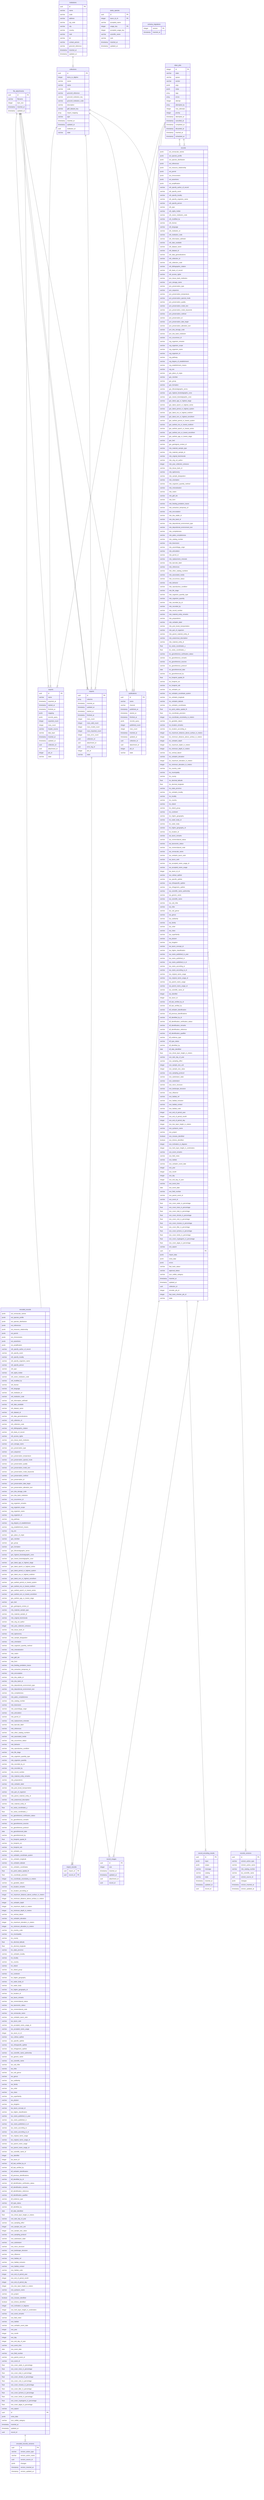
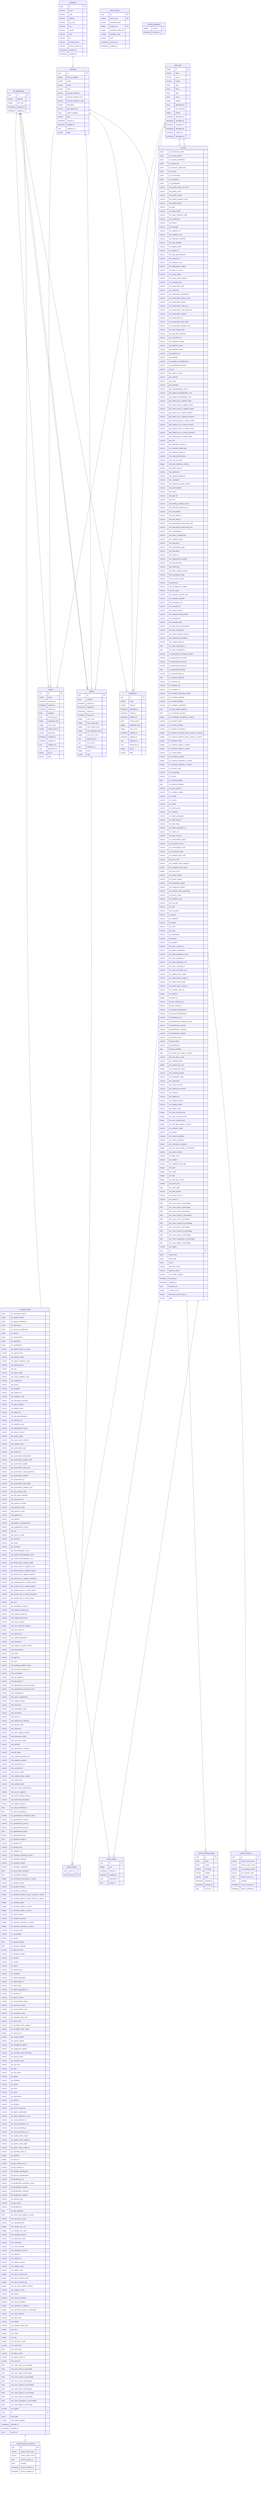
erDiagram
  file_attachments {
    uuid id PK
    varchar filename
    integer byte_size
    timestamp inserted_at
    timestamp updated_at
  }
  institutions {
    uuid id PK
    varchar name
    varchar code
    varchar address
    varchar zip_code
    varchar city
    varchar country
    varchar mail
    varchar tel
    varchar contact_person
    varchar grscicoll_reference
    timestamp inserted_at
    timestamp updated_at
  }
  collections {
    uuid id PK
    integer items_to_digitize
    varchar owner
    varchar name
    varchar code
    varchar grscicoll_reference
    varchar grscicoll_institution_key
    varchar grscicoll_institution_code
    varchar description
    varchar gbif_dataset_key
    array import_mapping
    varchar type
    timestamp inserted_at
    timestamp updated_at
    uuid institution_id
    varchar state
  }
  encoded_records {
    jsonb ext_vernacular_names
    jsonb ext_species_profile
    jsonb ext_species_distribution
    jsonb ext_references
    jsonb ext_resource_relationship
    jsonb ext_permit
    jsonb ext_chronometric
    jsonb ext_assertions
    jsonb ext_amplification
    varchar oth_specify_author_of_record
    varchar oth_specify_event
    varchar oth_specify_locality
    varchar oth_specify_organism_name
    varchar oth_specify_person
    varchar oth_type
    varchar oth_rights_holder
    varchar oth_owner_institution_code
    varchar oth_modified_by
    varchar oth_license
    varchar oth_language
    varchar oth_institution_id
    varchar oth_institution_code
    varchar oth_information_withheld
    varchar oth_date_available
    varchar oth_dataset_name
    varchar oth_dataset_id
    varchar oth_data_generalizations
    varchar oth_collection_id
    varchar oth_collection_code
    varchar oth_bibliographic_citation
    varchar oth_basis_of_record
    varchar oth_access_rights
    varchar pvn_tissue_bank_institution
    varchar pvn_storage_name
    varchar pvn_preservation_type
    varchar pvn_sequence
    varchar pvn_preservation_temperature
    varchar pvn_preservation_special_mode
    varchar pvn_preservation_quality
    varchar pvn_preservation_mode_text
    varchar pvn_preservation_mode_keywords
    varchar pvn_preservation_method
    varchar pvn_preservation_id
    varchar pvn_preservation_date_begin
    varchar pvn_preservation_alteration_text
    varchar pvn_dna_storage_code
    varchar pvn_dna_bank_institution
    varchar occ_occurrence_id
    varchar org_organism_remarks
    varchar org_organism_scope
    varchar org_organism_name
    varchar org_organism_id
    varchar org_pathway
    varchar org_degree_of_establishment
    varchar org_establishment_means
    varchar org_sex
    varchar gec_place_of_origin
    varchar gec_member
    varchar gec_group
    varchar gec_formation
    varchar gec_lithostratigraphic_terms
    varchar gec_highest_biostratigraphic_zone
    varchar gec_lowest_biostratigraphic_zone
    varchar gec_latest_age_or_highest_stage
    varchar gec_latest_epoch_or_highest_series
    varchar gec_latest_period_or_highest_system
    varchar gec_latest_era_or_highest_erathem
    varchar gec_latest_eon_or_highest_eonothem
    varchar gec_earliest_period_or_lowest_system
    varchar gec_earliest_era_or_lowest_erathem
    varchar gec_earliest_epoch_or_lowest_series
    varchar gec_earliest_eon_or_lowest_eonothem
    varchar gec_earliest_age_or_lowest_stage
    varchar gec_bed
    varchar gec_geological_context_id
    varchar mts_material_sample_type
    varchar mts_material_sample_id
    varchar mte_original_biominerals
    varchar mte_orig_col_author
    integer mte_year_collection_entrance
    varchar mte_tissue_bank_id
    varchar mte_taphonomy
    varchar mte_sample_designation
    varchar mte_orientation
    varchar mte_organism_quantity_method
    varchar mte_mineralization
    varchar mte_matrix
    varchar mte_gbif_doi
    varchar mte_form
    varchar mte_feeding_predation_traces
    varchar mte_extraction_temporary_id
    varchar mte_encrustation
    varchar mte_dna_stable_id
    varchar mte_dna_bank_id
    varchar mte_depositional_environment_type
    varchar mte_depositional_environment_text
    varchar mte_completeness
    varchar mte_paleo_completeness
    varchar mte_catalog_number
    varchar mte_bioerosion
    varchar mte_assemblage_origin
    varchar mte_articulation
    varchar mte_permit_id
    varchar mte_replacement_minerals
    varchar mte_barcode_label
    varchar mte_references
    varchar mte_other_catalog_numbers
    varchar mte_associated_media
    varchar mte_occurrence_status
    varchar mte_behavior
    varchar mte_reproductive_condition
    varchar mte_life_stage
    varchar mte_organism_quantity_type
    varchar mte_organism_quantity
    varchar mte_recorded_by_id
    varchar mte_recorded_by
    varchar mte_record_number
    varchar mte_material_entity_remarks
    varchar mte_preparations
    varchar mte_verbatim_label
    varchar mte_post_burial_transportation
    varchar mte_part_of_organism
    varchar mte_parent_material_entity_id
    varchar mte_anatomical_description
    varchar mte_material_entity_id
    float loc_swiss_coordinates_y
    float loc_swiss_coordinates_x
    varchar loc_georeference_verification_status
    varchar loc_georeference_remarks
    varchar loc_georeference_sources
    varchar loc_georeference_protocol
    date loc_georeferenced_date
    varchar loc_georeferenced_by
    float loc_footprint_spatial_fit
    varchar loc_footprint_srs
    varchar loc_footprint_wkt
    varchar loc_verbatim_srs
    varchar loc_verbatim_coordinate_system
    varchar loc_verbatim_longitude
    varchar loc_verbatim_latitude
    varchar loc_verbatim_coordinates
    float loc_point_radius_spatial_fit
    float loc_coordinate_precision
    integer loc_coordinate_uncertainty_in_meters
    varchar loc_geodetic_datum
    varchar loc_location_remarks
    varchar loc_location_according_to
    integer loc_maximum_distance_above_surface_in_meters
    integer loc_minimum_distance_above_surface_in_meters
    integer loc_verbatim_depth
    integer loc_maximum_depth_in_meters
    integer loc_minimum_depth_in_meters
    varchar loc_vertical_datum
    varchar loc_verbatim_elevation
    integer loc_maximum_elevation_in_meters
    integer loc_minimum_elevation_in_meters
    varchar loc_country_code
    varchar loc_municipality
    varchar loc_county
    float loc_decimal_latitude
    float loc_decimal_longitude
    varchar loc_state_province
    varchar loc_verbatim_locality
    varchar loc_locality
    varchar loc_country
    varchar loc_island
    varchar loc_island_group
    varchar loc_continent
    varchar loc_higher_geography
    varchar loc_water_body_id
    varchar loc_water_body
    varchar loc_higher_geography_id
    varchar loc_location_id
    varchar tax_taxon_remarks
    varchar tax_nomenclatural_status
    varchar tax_taxonomic_status
    varchar tax_nomenclatural_code
    varchar tax_vernacular_name
    varchar tax_verbatim_taxon_rank
    varchar tax_taxon_rank
    varchar tax_accepted_name_usage_id
    varchar tax_accepted_name_usage
    integer tax_taxon_id_ch
    varchar tax_cultivar_epithet
    varchar tax_specific_epithet
    varchar tax_infraspecific_epithet
    varchar tax_infrageneric_epithet
    varchar tax_scientific_name_authorship
    varchar tax_generic_name
    varchar tax_scientific_name
    varchar tax_sub_tribe
    varchar tax_tribe
    varchar tax_sub_genus
    varchar tax_genus
    varchar tax_subfamily
    varchar tax_family
    varchar tax_order
    varchar tax_class
    varchar tax_superfamily
    varchar tax_phylum
    varchar tax_kingdom
    varchar tax_taxon_concept_id
    varchar tax_higher_classification
    varchar tax_name_published_in_year
    varchar tax_name_published_in
    varchar tax_name_published_in_id
    varchar tax_name_according_to
    varchar tax_name_according_to_id
    varchar tax_original_name_usage
    varchar tax_original_name_usage_id
    varchar tax_parent_name_usage
    varchar tax_parent_name_usage_id
    varchar tax_scientific_name_id
    integer tax_identifier
    integer tax_taxon_id
    varchar idf_last_verified_by_id
    varchar idf_last_verified_by
    varchar idf_verbatim_identification
    varchar idf_previous_identifications
    varchar idf_identified_by_id
    varchar idf_identification_verification_status
    varchar idf_identification_remarks
    varchar idf_identification_reference
    varchar idf_identification_qualifier
    varchar idf_evidence_type
    varchar idf_type_status
    varchar idf_identified_by
    date idf_date_identified
    float eve_shrub_layer_height_in_meters
    varchar eve_start_day_of_year
    varchar eve_sampling_effort
    integer eve_sample_size_unit
    integer eve_sample_size_value
    varchar eve_sampling_protocol
    varchar eve_substratum_state
    varchar eve_substratum
    varchar eve_micro_structure
    varchar eve_landscape_structure
    varchar eve_influence
    varchar eve_habitat_ref
    varchar eve_habitat_inclusion
    varchar eve_habitat_contact
    varchar eve_habitat_code
    integer eve_end_of_period_year
    integer eve_end_of_period_month
    integer eve_end_of_period_day
    integer eve_tree_layer_height_in_meters
    varchar eve_syntaxon_name
    varchar eve_project
    boolean eve_mosses_identified
    boolean eve_lichens_identified
    integer eve_inclination_in_degrees
    integer eve_herb_layer_height_in_centimeters
    varchar eve_event_remarks
    varchar eve_field_notes
    varchar eve_habitat
    varchar eve_verbatim_event_date
    integer eve_year
    integer eve_month
    integer eve_day
    integer eve_end_day_of_year
    varchar eve_event_time
    date eve_event_date
    varchar eve_field_number
    varchar eve_parent_event_id
    varchar eve_event_id
    float eve_cover_water_in_percentage
    float eve_cover_trees_in_percentage
    float eve_cover_total_in_percentage
    float eve_cover_shrubs_in_percentage
    float eve_cover_rock_in_percentage
    float eve_cover_mosses_in_percentage
    float eve_cover_litter_in_percentage
    float eve_cover_lychens_in_percentage
    float eve_cover_herbs_in_percentage
    float eve_cover_cryptogams_in_percentage
    float eve_cover_algae_in_percentage
    varchar eve_aspect
    uuid id PK
    jsonb extra_data
    varchar iucn_redlist_category
    timestamp inserted_at
    timestamp updated_at
    uuid record_id
  }
  encoded_records_versions {
    uuid id PK
    varchar version_action_type
    varchar version_action_name
    uuid version_source_id
    jsonb changes
    timestamp version_inserted_at
    timestamp version_updated_at
  }
  record_encoding_results {
    uuid id PK
    jsonb input
    jsonb output
    varchar message
    varchar catalog
    varchar state
    timestamp inserted_at
    timestamp updated_at
    uuid record_id
  }
  exports {
    uuid id PK
    varchar name
    timestamp exported_at
    timestamp started_at
    timestamp finished_at
    jsonb mapping
    jsonb records_query
    integer exported_count
    integer rows_count
    varchar header_source
    varchar data_layer
    timestamp inserted_at
    timestamp updated_at
    uuid collection_id
    uuid attachment_id
    integer job_id
    varchar state
  }
  imports {
    uuid id PK
    array columns
    timestamp inserted_at
    timestamp updated_at
    timestamp started_at
    timestamp finished_at
    integer rows_count
    integer rows_valid_count
    integer rows_invalid_count
    integer rows_imported_count
    integer rows_error_count
-     uuid collection_id
    uuid attachment_id
    uuid error_log_id
+     uuid collection_id
    integer job_id
    varchar state
  }
  import_records {
    uuid import_id PK
    uuid record_id PK
  }
  publications {
    uuid id PK
    varchar name
    varchar channel
    timestamp published_at
    timestamp started_at
    timestamp finished_at
    jsonb records_query
    integer published_count
    integer rows_count
    timestamp inserted_at
    timestamp updated_at
    uuid collection_id
    uuid attachment_id
    integer job_id
    varchar state
  }
  records {
    jsonb ext_vernacular_names
    jsonb ext_species_profile
    jsonb ext_species_distribution
    jsonb ext_references
    jsonb ext_resource_relationship
    jsonb ext_permit
    jsonb ext_chronometric
    jsonb ext_assertions
    jsonb ext_amplification
    varchar oth_specify_author_of_record
    varchar oth_specify_event
    varchar oth_specify_locality
    varchar oth_specify_organism_name
    varchar oth_specify_person
    varchar oth_type
    varchar oth_rights_holder
    varchar oth_owner_institution_code
    varchar oth_modified_by
    varchar oth_license
    varchar oth_language
    varchar oth_institution_id
    varchar oth_institution_code
    varchar oth_information_withheld
    varchar oth_date_available
    varchar oth_dataset_name
    varchar oth_dataset_id
    varchar oth_data_generalizations
    varchar oth_collection_id
    varchar oth_collection_code
    varchar oth_bibliographic_citation
    varchar oth_basis_of_record
    varchar oth_access_rights
    varchar pvn_tissue_bank_institution
    varchar pvn_storage_name
    varchar pvn_preservation_type
    varchar pvn_sequence
    varchar pvn_preservation_temperature
    varchar pvn_preservation_special_mode
    varchar pvn_preservation_quality
    varchar pvn_preservation_mode_text
    varchar pvn_preservation_mode_keywords
    varchar pvn_preservation_method
    varchar pvn_preservation_id
    varchar pvn_preservation_date_begin
    varchar pvn_preservation_alteration_text
    varchar pvn_dna_storage_code
    varchar pvn_dna_bank_institution
    varchar occ_occurrence_id
    varchar org_organism_remarks
    varchar org_organism_scope
    varchar org_organism_name
    varchar org_organism_id
    varchar org_pathway
    varchar org_degree_of_establishment
    varchar org_establishment_means
    varchar org_sex
    varchar gec_place_of_origin
    varchar gec_member
    varchar gec_group
    varchar gec_formation
    varchar gec_lithostratigraphic_terms
    varchar gec_highest_biostratigraphic_zone
    varchar gec_lowest_biostratigraphic_zone
    varchar gec_latest_age_or_highest_stage
    varchar gec_latest_epoch_or_highest_series
    varchar gec_latest_period_or_highest_system
    varchar gec_latest_era_or_highest_erathem
    varchar gec_latest_eon_or_highest_eonothem
    varchar gec_earliest_period_or_lowest_system
    varchar gec_earliest_era_or_lowest_erathem
    varchar gec_earliest_epoch_or_lowest_series
    varchar gec_earliest_eon_or_lowest_eonothem
    varchar gec_earliest_age_or_lowest_stage
    varchar gec_bed
    varchar gec_geological_context_id
    varchar mts_material_sample_type
    varchar mts_material_sample_id
    varchar mte_original_biominerals
    varchar mte_orig_col_author
    integer mte_year_collection_entrance
    varchar mte_tissue_bank_id
    varchar mte_taphonomy
    varchar mte_sample_designation
    varchar mte_orientation
    varchar mte_organism_quantity_method
    varchar mte_mineralization
    varchar mte_matrix
    varchar mte_gbif_doi
    varchar mte_form
    varchar mte_feeding_predation_traces
    varchar mte_extraction_temporary_id
    varchar mte_encrustation
    varchar mte_dna_stable_id
    varchar mte_dna_bank_id
    varchar mte_depositional_environment_type
    varchar mte_depositional_environment_text
    varchar mte_completeness
    varchar mte_paleo_completeness
    varchar mte_catalog_number
    varchar mte_bioerosion
    varchar mte_assemblage_origin
    varchar mte_articulation
    varchar mte_permit_id
    varchar mte_replacement_minerals
    varchar mte_barcode_label
    varchar mte_references
    varchar mte_other_catalog_numbers
    varchar mte_associated_media
    varchar mte_occurrence_status
    varchar mte_behavior
    varchar mte_reproductive_condition
    varchar mte_life_stage
    varchar mte_organism_quantity_type
    varchar mte_organism_quantity
    varchar mte_recorded_by_id
    varchar mte_recorded_by
    varchar mte_record_number
    varchar mte_material_entity_remarks
    varchar mte_preparations
    varchar mte_verbatim_label
    varchar mte_post_burial_transportation
    varchar mte_part_of_organism
    varchar mte_parent_material_entity_id
    varchar mte_anatomical_description
    varchar mte_material_entity_id
    float loc_swiss_coordinates_y
    float loc_swiss_coordinates_x
    varchar loc_georeference_verification_status
    varchar loc_georeference_remarks
    varchar loc_georeference_sources
    varchar loc_georeference_protocol
    date loc_georeferenced_date
    varchar loc_georeferenced_by
    float loc_footprint_spatial_fit
    varchar loc_footprint_srs
    varchar loc_footprint_wkt
    varchar loc_verbatim_srs
    varchar loc_verbatim_coordinate_system
    varchar loc_verbatim_longitude
    varchar loc_verbatim_latitude
    varchar loc_verbatim_coordinates
    float loc_point_radius_spatial_fit
    float loc_coordinate_precision
    integer loc_coordinate_uncertainty_in_meters
    varchar loc_geodetic_datum
    varchar loc_location_remarks
    varchar loc_location_according_to
    integer loc_maximum_distance_above_surface_in_meters
    integer loc_minimum_distance_above_surface_in_meters
    integer loc_verbatim_depth
    integer loc_maximum_depth_in_meters
    integer loc_minimum_depth_in_meters
    varchar loc_vertical_datum
    varchar loc_verbatim_elevation
    integer loc_maximum_elevation_in_meters
    integer loc_minimum_elevation_in_meters
    varchar loc_country_code
    varchar loc_municipality
    varchar loc_county
    float loc_decimal_latitude
    float loc_decimal_longitude
    varchar loc_state_province
    varchar loc_verbatim_locality
    varchar loc_locality
    varchar loc_country
    varchar loc_island
    varchar loc_island_group
    varchar loc_continent
    varchar loc_higher_geography
    varchar loc_water_body_id
    varchar loc_water_body
    varchar loc_higher_geography_id
    varchar loc_location_id
    varchar tax_taxon_remarks
    varchar tax_nomenclatural_status
    varchar tax_taxonomic_status
    varchar tax_nomenclatural_code
    varchar tax_vernacular_name
    varchar tax_verbatim_taxon_rank
    varchar tax_taxon_rank
    varchar tax_accepted_name_usage_id
    varchar tax_accepted_name_usage
    integer tax_taxon_id_ch
    varchar tax_cultivar_epithet
    varchar tax_specific_epithet
    varchar tax_infraspecific_epithet
    varchar tax_infrageneric_epithet
    varchar tax_scientific_name_authorship
    varchar tax_generic_name
    varchar tax_scientific_name
    varchar tax_sub_tribe
    varchar tax_tribe
    varchar tax_sub_genus
    varchar tax_genus
    varchar tax_subfamily
    varchar tax_family
    varchar tax_order
    varchar tax_class
    varchar tax_superfamily
    varchar tax_phylum
    varchar tax_kingdom
    varchar tax_taxon_concept_id
    varchar tax_higher_classification
    varchar tax_name_published_in_year
    varchar tax_name_published_in
    varchar tax_name_published_in_id
    varchar tax_name_according_to
    varchar tax_name_according_to_id
    varchar tax_original_name_usage
    varchar tax_original_name_usage_id
    varchar tax_parent_name_usage
    varchar tax_parent_name_usage_id
    varchar tax_scientific_name_id
    integer tax_identifier
    integer tax_taxon_id
    varchar idf_last_verified_by_id
    varchar idf_last_verified_by
    varchar idf_verbatim_identification
    varchar idf_previous_identifications
    varchar idf_identified_by_id
    varchar idf_identification_verification_status
    varchar idf_identification_remarks
    varchar idf_identification_reference
    varchar idf_identification_qualifier
    varchar idf_evidence_type
    varchar idf_type_status
    varchar idf_identified_by
    date idf_date_identified
    float eve_shrub_layer_height_in_meters
    varchar eve_start_day_of_year
    varchar eve_sampling_effort
    integer eve_sample_size_unit
    integer eve_sample_size_value
    varchar eve_sampling_protocol
    varchar eve_substratum_state
    varchar eve_substratum
    varchar eve_micro_structure
    varchar eve_landscape_structure
    varchar eve_influence
    varchar eve_habitat_ref
    varchar eve_habitat_inclusion
    varchar eve_habitat_contact
    varchar eve_habitat_code
    integer eve_end_of_period_year
    integer eve_end_of_period_month
    integer eve_end_of_period_day
    integer eve_tree_layer_height_in_meters
    varchar eve_syntaxon_name
    varchar eve_project
    boolean eve_mosses_identified
    boolean eve_lichens_identified
    integer eve_inclination_in_degrees
    integer eve_herb_layer_height_in_centimeters
    varchar eve_event_remarks
    varchar eve_field_notes
    varchar eve_habitat
    varchar eve_verbatim_event_date
    integer eve_year
    integer eve_month
    integer eve_day
    integer eve_end_day_of_year
    varchar eve_event_time
    date eve_event_date
    varchar eve_field_number
    varchar eve_parent_event_id
    varchar eve_event_id
    float eve_cover_water_in_percentage
    float eve_cover_trees_in_percentage
    float eve_cover_total_in_percentage
    float eve_cover_shrubs_in_percentage
    float eve_cover_rock_in_percentage
    float eve_cover_mosses_in_percentage
    float eve_cover_litter_in_percentage
    float eve_cover_lychens_in_percentage
    float eve_cover_herbs_in_percentage
    float eve_cover_cryptogams_in_percentage
    float eve_cover_algae_in_percentage
    varchar eve_aspect
    uuid id PK
    jsonb import_data
    jsonb extra_data
    jsonb errors
    varchar fast_track_status
    varchar approval_status
    varchar iucn_redlist_category
    timestamp inserted_at
    timestamp updated_at
    uuid collection_id
    integer encoder_job_id
    integer fast_track_checker_job_id
    varchar state
  }
  record_images {
    uuid id PK
    integer size
    timestamp inserted_at
    timestamp updated_at
    uuid attachment_id
    uuid record_id
  }
  records_versions {
    uuid id PK
    varchar version_action_type
    varchar version_action_name
    varchar mte_catalog_number
    varchar tax_scientific_name
    uuid version_source_id
    jsonb changes
    timestamp version_inserted_at
    timestamp version_updated_at
  }
  swiss_species {
    uuid id PK
    integer taxon_id_ch PK
    varchar accepted_name
    integer usage_key PK
    integer accepted_usage_key
    varchar scientific_name
    varchar rank
    timestamp inserted_at
    timestamp updated_at
  }
  schema_migrations {
    integer version PK
    timestamp inserted_at
  }
  oban_jobs {
    integer id PK
    varchar state
    varchar queue
    varchar worker
    jsonb args
    jsonb meta
    array tags
    array errors
    integer attempt
    array attempted_by
    integer max_attempts
    integer priority
    timestamp attempted_at
    timestamp cancelled_at
    timestamp completed_at
    timestamp discarded_at
    timestamp inserted_at
    timestamp scheduled_at
  }
  collections ||--|{ exports : ""
  collections ||--|{ imports : ""
  collections ||--|{ publications : ""
  collections ||--|{ records : ""
  encoded_records ||--|{ encoded_records_versions : ""
  file_attachments ||--|{ exports : ""
  file_attachments ||--|{ imports : ""
  file_attachments ||--|{ imports : ""
  file_attachments ||--|{ publications : ""
  file_attachments ||--|{ record_images : ""
  imports ||--|{ import_records : ""
  institutions ||--|{ collections : ""
  oban_jobs ||--|{ exports : ""
  oban_jobs ||--|{ imports : ""
  oban_jobs ||--|{ publications : ""
  oban_jobs ||--|{ records : ""
  oban_jobs ||--|{ records : ""
  records ||--o| encoded_records : ""
  records ||--|{ import_records : ""
  records ||--|{ record_encoding_results : ""
  records ||--|{ record_images : ""
  records ||--|{ records_versions : ""
